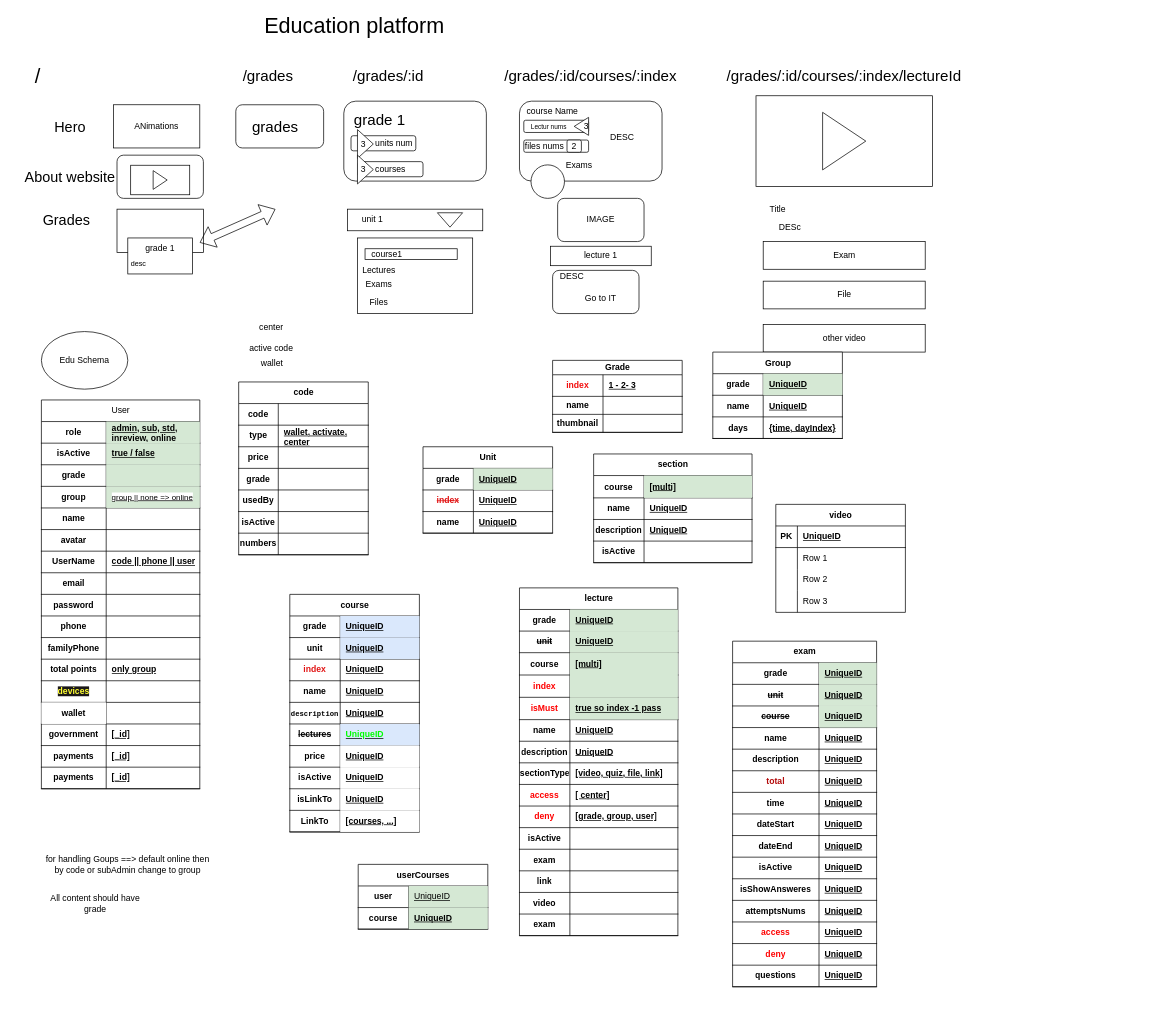
Above: public/Untitled Diagram.drawio in elbeltagyy/elbeltagy-front (draw.io), before the change. Source tidied: cells renumbered, new cells numbered last; positions are measured from the earlier drawing's top-left corner, leaving out a move shared by most shapes. Both pictures are drawn from the tidied source at 72%, with x=0, y=0 at pixel (12, 14).
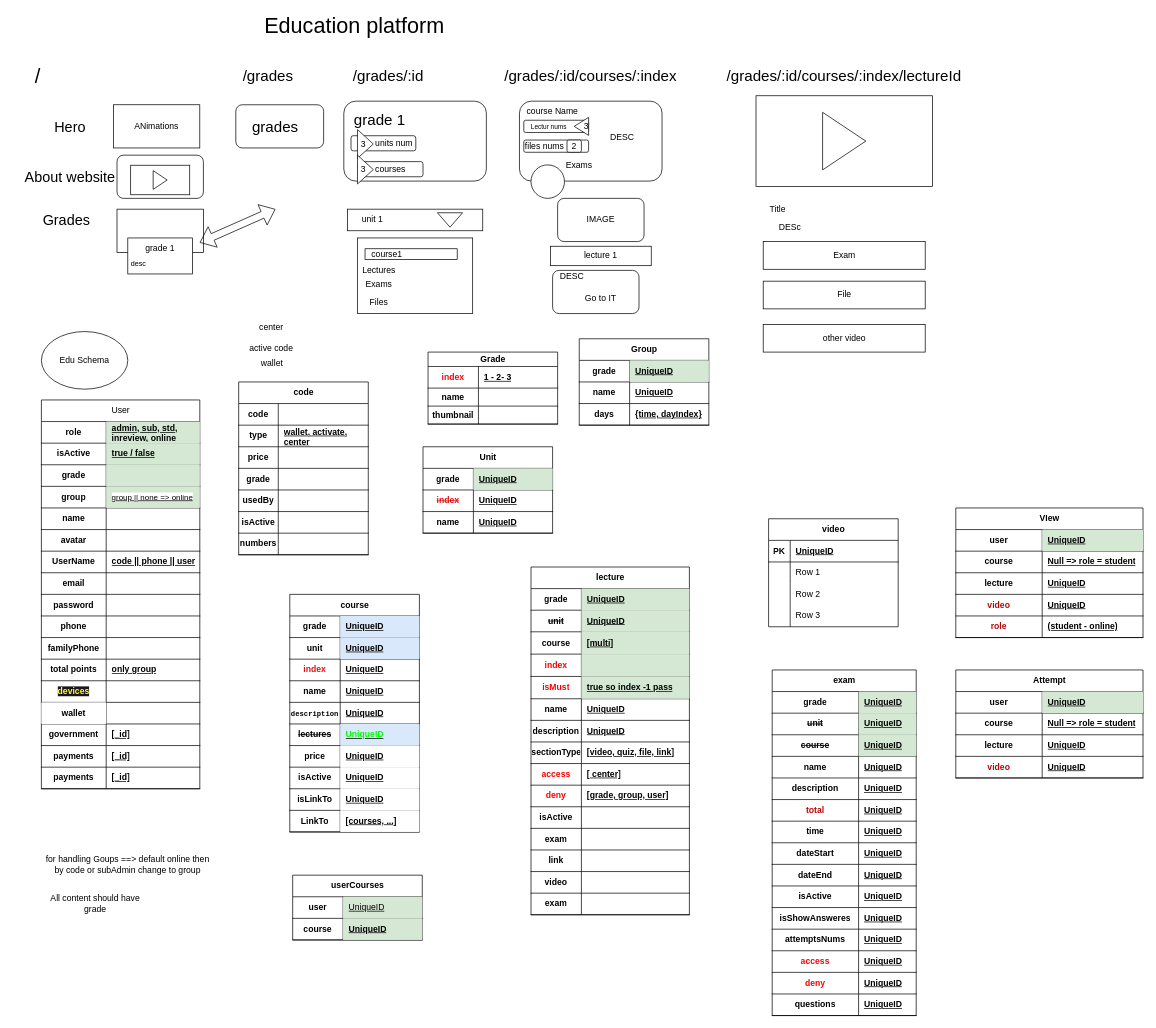
After the change.

Change to the diagram source:
```diff
@@
     <mxCell id="67" value="Grade" style="shape=table;startSize=20;childLayout=tableLayout;rowLines=0;fontStyle=1;align=center;html=1;" parent="1" vertex="1">
-      <mxGeometry x="750" y="480" width="180" height="100" as="geometry" />
+      <mxGeometry x="577" y="468.5" width="180" height="100" as="geometry" />
     </mxCell>
@@
     <mxCell id="108" value="lecture" style="shape=table;startSize=30;childLayout=tableLayout;rowLines=0;fontStyle=1;align=center;html=1;" parent="1" vertex="1">
-      <mxGeometry x="704" y="796" width="220" height="483" as="geometry" />
+      <mxGeometry x="720" y="767" width="220" height="483" as="geometry" />
     </mxCell>
@@
     <mxCell id="164" value="exam" style="shape=table;startSize=30;childLayout=tableLayout;rowLines=0;fontStyle=1;align=center;html=1;" parent="1" vertex="1">
-      <mxGeometry x="1000" y="870" width="200" height="480" as="geometry" />
+      <mxGeometry x="1055" y="910" width="200" height="480" as="geometry" />
     </mxCell>
@@
     <mxCell id="210" value="Group" style="shape=table;startSize=30;childLayout=tableLayout;rowLines=0;fontStyle=1;align=center;html=1;" parent="1" vertex="1">
-      <mxGeometry x="972.5" y="468.5" width="180" height="120" as="geometry" />
+      <mxGeometry x="787" y="450" width="180" height="120" as="geometry" />
     </mxCell>
@@
     <mxCell id="247" value="userCourses" style="shape=table;startSize=30;childLayout=tableLayout;rowLines=0;fontStyle=1;align=center;html=1;" parent="1" vertex="1">
-      <mxGeometry x="480" y="1180" width="180" height="90" as="geometry" />
+      <mxGeometry x="389" y="1195" width="180" height="90" as="geometry" />
     </mxCell>
@@
     <mxCell id="306" value="video" style="shape=table;startSize=30;childLayout=tableLayout;rowLines=0;fontStyle=1;align=center;html=1;" parent="1" vertex="1">
-      <mxGeometry x="1060" y="680" width="180" height="150" as="geometry" />
+      <mxGeometry x="1050" y="700" width="180" height="150" as="geometry" />
     </mxCell>
@@
-    <mxCell id="319" value="section" style="shape=table;startSize=30;childLayout=tableLayout;rowLines=0;fontStyle=1;align=center;html=1;" parent="1" vertex="1">
-      <mxGeometry x="807" y="610" width="220" height="151" as="geometry" />
-    </mxCell>
-    <mxCell id="320" style="shape=tableRow;horizontal=0;startSize=0;swimlaneHead=0;swimlaneBody=0;fillColor=none;top=0;left=0;right=0;bottom=1;" parent="319" vertex="1">
-      <mxGeometry y="30" width="220" height="31" as="geometry" />
-    </mxCell>
-    <mxCell id="321" value="course" style="shape=partialRectangle;fillColor=none;top=0;left=0;bottom=0;right=0;fontStyle=1;overflow=hidden;whiteSpace=wrap;html=1;" parent="320" vertex="1">
-      <mxGeometry width="70" height="31" as="geometry" />
-    </mxCell>
-    <mxCell id="322" value="[multi]" style="shape=partialRectangle;fillColor=#d5e8d4;top=0;left=0;bottom=0;right=0;align=left;spacingLeft=6;fontStyle=5;overflow=hidden;whiteSpace=wrap;html=1;strokeColor=#82b366;" parent="320" vertex="1">
-      <mxGeometry x="70" width="150" height="31" as="geometry" />
-    </mxCell>
-    <mxCell id="323" style="shape=tableRow;horizontal=0;startSize=0;swimlaneHead=0;swimlaneBody=0;fillColor=none;top=0;left=0;right=0;bottom=1;" parent="319" vertex="1">
-      <mxGeometry y="61" width="220" height="30" as="geometry" />
-    </mxCell>
-    <mxCell id="324" value="name" style="shape=partialRectangle;fillColor=none;top=0;left=0;bottom=0;right=0;fontStyle=1;overflow=hidden;whiteSpace=wrap;html=1;" parent="323" vertex="1">
-      <mxGeometry width="70" height="30" as="geometry" />
-    </mxCell>
-    <mxCell id="325" value="UniqueID" style="shape=partialRectangle;fillColor=none;top=0;left=0;bottom=0;right=0;align=left;spacingLeft=6;fontStyle=5;overflow=hidden;whiteSpace=wrap;html=1;" parent="323" vertex="1">
-      <mxGeometry x="70" width="150" height="30" as="geometry" />
-    </mxCell>
-    <mxCell id="326" style="shape=tableRow;horizontal=0;startSize=0;swimlaneHead=0;swimlaneBody=0;fillColor=none;top=0;left=0;right=0;bottom=1;" parent="319" vertex="1">
-      <mxGeometry y="91" width="220" height="30" as="geometry" />
-    </mxCell>
-    <mxCell id="327" value="description" style="shape=partialRectangle;fillColor=none;top=0;left=0;bottom=0;right=0;fontStyle=1;overflow=hidden;whiteSpace=wrap;html=1;" parent="326" vertex="1">
-      <mxGeometry width="70" height="30" as="geometry" />
-    </mxCell>
-    <mxCell id="328" value="UniqueID" style="shape=partialRectangle;fillColor=none;top=0;left=0;bottom=0;right=0;align=left;spacingLeft=6;fontStyle=5;overflow=hidden;whiteSpace=wrap;html=1;" parent="326" vertex="1">
-      <mxGeometry x="70" width="150" height="30" as="geometry" />
-    </mxCell>
-    <mxCell id="329" style="shape=tableRow;horizontal=0;startSize=0;swimlaneHead=0;swimlaneBody=0;fillColor=none;top=0;left=0;right=0;bottom=1;" parent="319" vertex="1">
-      <mxGeometry y="121" width="220" height="30" as="geometry" />
-    </mxCell>
-    <mxCell id="330" value="isActive" style="shape=partialRectangle;fillColor=none;top=0;left=0;bottom=0;right=0;fontStyle=1;overflow=hidden;whiteSpace=wrap;html=1;" parent="329" vertex="1">
-      <mxGeometry width="70" height="30" as="geometry" />
-    </mxCell>
-    <mxCell id="331" style="shape=partialRectangle;fillColor=none;top=0;left=0;bottom=0;right=0;align=left;spacingLeft=6;fontStyle=5;overflow=hidden;whiteSpace=wrap;html=1;" parent="329" vertex="1">
-      <mxGeometry x="70" width="150" height="30" as="geometry" />
-    </mxCell>
+    <mxCell id="332" value="VIew" style="shape=table;startSize=30;childLayout=tableLayout;rowLines=0;fontStyle=1;align=center;html=1;" parent="1" vertex="1">
+      <mxGeometry x="1310" y="685" width="260" height="180" as="geometry" />
+    </mxCell>
+    <mxCell id="333" style="shape=tableRow;horizontal=0;startSize=0;swimlaneHead=0;swimlaneBody=0;fillColor=none;top=0;left=0;right=0;bottom=1;" parent="332" vertex="1">
+      <mxGeometry y="30" width="260" height="30" as="geometry" />
+    </mxCell>
+    <mxCell id="334" value="user" style="shape=partialRectangle;fillColor=none;top=0;left=0;bottom=0;right=0;fontStyle=1;overflow=hidden;whiteSpace=wrap;html=1;" parent="333" vertex="1">
+      <mxGeometry width="120" height="30" as="geometry" />
+    </mxCell>
+    <mxCell id="335" value="UniqueID" style="shape=partialRectangle;fillColor=#d5e8d4;top=0;left=0;bottom=0;right=0;align=left;spacingLeft=6;fontStyle=5;overflow=hidden;whiteSpace=wrap;html=1;strokeColor=#82b366;" parent="333" vertex="1">
+      <mxGeometry x="120" width="140" height="30" as="geometry" />
+    </mxCell>
+    <mxCell id="336" style="shape=tableRow;horizontal=0;startSize=0;swimlaneHead=0;swimlaneBody=0;fillColor=none;top=0;left=0;right=0;bottom=1;" parent="332" vertex="1">
+      <mxGeometry y="60" width="260" height="30" as="geometry" />
+    </mxCell>
+    <mxCell id="337" value="course" style="shape=partialRectangle;fillColor=none;top=0;left=0;bottom=0;right=0;fontStyle=1;overflow=hidden;whiteSpace=wrap;html=1;" parent="336" vertex="1">
+      <mxGeometry width="120" height="30" as="geometry" />
+    </mxCell>
+    <mxCell id="338" value="Null =&amp;gt; role = student" style="shape=partialRectangle;fillColor=none;top=0;left=0;bottom=0;right=0;align=left;spacingLeft=6;fontStyle=5;overflow=hidden;whiteSpace=wrap;html=1;" parent="336" vertex="1">
+      <mxGeometry x="120" width="140" height="30" as="geometry" />
+    </mxCell>
+    <mxCell id="339" style="shape=tableRow;horizontal=0;startSize=0;swimlaneHead=0;swimlaneBody=0;fillColor=none;top=0;left=0;right=0;bottom=1;" parent="332" vertex="1">
+      <mxGeometry y="90" width="260" height="30" as="geometry" />
+    </mxCell>
+    <mxCell id="340" value="lecture" style="shape=partialRectangle;fillColor=none;top=0;left=0;bottom=0;right=0;fontStyle=1;overflow=hidden;whiteSpace=wrap;html=1;" parent="339" vertex="1">
+      <mxGeometry width="120" height="30" as="geometry" />
+    </mxCell>
+    <mxCell id="341" value="UniqueID" style="shape=partialRectangle;fillColor=none;top=0;left=0;bottom=0;right=0;align=left;spacingLeft=6;fontStyle=5;overflow=hidden;whiteSpace=wrap;html=1;" parent="339" vertex="1">
+      <mxGeometry x="120" width="140" height="30" as="geometry" />
+    </mxCell>
+    <mxCell id="342" style="shape=tableRow;horizontal=0;startSize=0;swimlaneHead=0;swimlaneBody=0;fillColor=none;top=0;left=0;right=0;bottom=1;" parent="332" vertex="1">
+      <mxGeometry y="120" width="260" height="30" as="geometry" />
+    </mxCell>
+    <mxCell id="343" value="&lt;font color=&quot;#b30909&quot;&gt;video&lt;/font&gt;" style="shape=partialRectangle;fillColor=none;top=0;left=0;bottom=0;right=0;fontStyle=1;overflow=hidden;whiteSpace=wrap;html=1;" parent="342" vertex="1">
+      <mxGeometry width="120" height="30" as="geometry" />
+    </mxCell>
+    <mxCell id="344" value="UniqueID" style="shape=partialRectangle;fillColor=none;top=0;left=0;bottom=0;right=0;align=left;spacingLeft=6;fontStyle=5;overflow=hidden;whiteSpace=wrap;html=1;" parent="342" vertex="1">
+      <mxGeometry x="120" width="140" height="30" as="geometry" />
+    </mxCell>
+    <mxCell id="345" style="shape=tableRow;horizontal=0;startSize=0;swimlaneHead=0;swimlaneBody=0;fillColor=none;top=0;left=0;right=0;bottom=1;" parent="332" vertex="1">
+      <mxGeometry y="150" width="260" height="30" as="geometry" />
+    </mxCell>
+    <mxCell id="346" value="&lt;font color=&quot;#b30909&quot;&gt;role&lt;/font&gt;" style="shape=partialRectangle;fillColor=none;top=0;left=0;bottom=0;right=0;fontStyle=1;overflow=hidden;whiteSpace=wrap;html=1;" parent="345" vertex="1">
+      <mxGeometry width="120" height="30" as="geometry" />
+    </mxCell>
+    <mxCell id="347" value="(student - online)" style="shape=partialRectangle;fillColor=none;top=0;left=0;bottom=0;right=0;align=left;spacingLeft=6;fontStyle=5;overflow=hidden;whiteSpace=wrap;html=1;" parent="345" vertex="1">
+      <mxGeometry x="120" width="140" height="30" as="geometry" />
+    </mxCell>
+    <mxCell id="348" value="Attempt" style="shape=table;startSize=30;childLayout=tableLayout;rowLines=0;fontStyle=1;align=center;html=1;" parent="1" vertex="1">
+      <mxGeometry x="1310" y="910" width="260" height="150" as="geometry" />
+    </mxCell>
+    <mxCell id="349" style="shape=tableRow;horizontal=0;startSize=0;swimlaneHead=0;swimlaneBody=0;fillColor=none;top=0;left=0;right=0;bottom=1;" parent="348" vertex="1">
+      <mxGeometry y="30" width="260" height="30" as="geometry" />
+    </mxCell>
+    <mxCell id="350" value="user" style="shape=partialRectangle;fillColor=none;top=0;left=0;bottom=0;right=0;fontStyle=1;overflow=hidden;whiteSpace=wrap;html=1;" parent="349" vertex="1">
+      <mxGeometry width="120" height="30" as="geometry" />
+    </mxCell>
+    <mxCell id="351" value="UniqueID" style="shape=partialRectangle;fillColor=#d5e8d4;top=0;left=0;bottom=0;right=0;align=left;spacingLeft=6;fontStyle=5;overflow=hidden;whiteSpace=wrap;html=1;strokeColor=#82b366;" parent="349" vertex="1">
+      <mxGeometry x="120" width="140" height="30" as="geometry" />
+    </mxCell>
+    <mxCell id="352" style="shape=tableRow;horizontal=0;startSize=0;swimlaneHead=0;swimlaneBody=0;fillColor=none;top=0;left=0;right=0;bottom=1;" parent="348" vertex="1">
+      <mxGeometry y="60" width="260" height="30" as="geometry" />
+    </mxCell>
+    <mxCell id="353" value="course" style="shape=partialRectangle;fillColor=none;top=0;left=0;bottom=0;right=0;fontStyle=1;overflow=hidden;whiteSpace=wrap;html=1;" parent="352" vertex="1">
+      <mxGeometry width="120" height="30" as="geometry" />
+    </mxCell>
+    <mxCell id="354" value="Null =&amp;gt; role = student" style="shape=partialRectangle;fillColor=none;top=0;left=0;bottom=0;right=0;align=left;spacingLeft=6;fontStyle=5;overflow=hidden;whiteSpace=wrap;html=1;" parent="352" vertex="1">
+      <mxGeometry x="120" width="140" height="30" as="geometry" />
+    </mxCell>
+    <mxCell id="355" style="shape=tableRow;horizontal=0;startSize=0;swimlaneHead=0;swimlaneBody=0;fillColor=none;top=0;left=0;right=0;bottom=1;" parent="348" vertex="1">
+      <mxGeometry y="90" width="260" height="30" as="geometry" />
+    </mxCell>
+    <mxCell id="356" value="lecture" style="shape=partialRectangle;fillColor=none;top=0;left=0;bottom=0;right=0;fontStyle=1;overflow=hidden;whiteSpace=wrap;html=1;" parent="355" vertex="1">
+      <mxGeometry width="120" height="30" as="geometry" />
+    </mxCell>
+    <mxCell id="357" value="UniqueID" style="shape=partialRectangle;fillColor=none;top=0;left=0;bottom=0;right=0;align=left;spacingLeft=6;fontStyle=5;overflow=hidden;whiteSpace=wrap;html=1;" parent="355" vertex="1">
+      <mxGeometry x="120" width="140" height="30" as="geometry" />
+    </mxCell>
+    <mxCell id="358" style="shape=tableRow;horizontal=0;startSize=0;swimlaneHead=0;swimlaneBody=0;fillColor=none;top=0;left=0;right=0;bottom=1;" parent="348" vertex="1">
+      <mxGeometry y="120" width="260" height="30" as="geometry" />
+    </mxCell>
+    <mxCell id="359" value="&lt;font color=&quot;#b30909&quot;&gt;video&lt;/font&gt;" style="shape=partialRectangle;fillColor=none;top=0;left=0;bottom=0;right=0;fontStyle=1;overflow=hidden;whiteSpace=wrap;html=1;" parent="358" vertex="1">
+      <mxGeometry width="120" height="30" as="geometry" />
+    </mxCell>
+    <mxCell id="360" value="UniqueID" style="shape=partialRectangle;fillColor=none;top=0;left=0;bottom=0;right=0;align=left;spacingLeft=6;fontStyle=5;overflow=hidden;whiteSpace=wrap;html=1;" parent="358" vertex="1">
+      <mxGeometry x="120" width="140" height="30" as="geometry" />
+    </mxCell>
```
